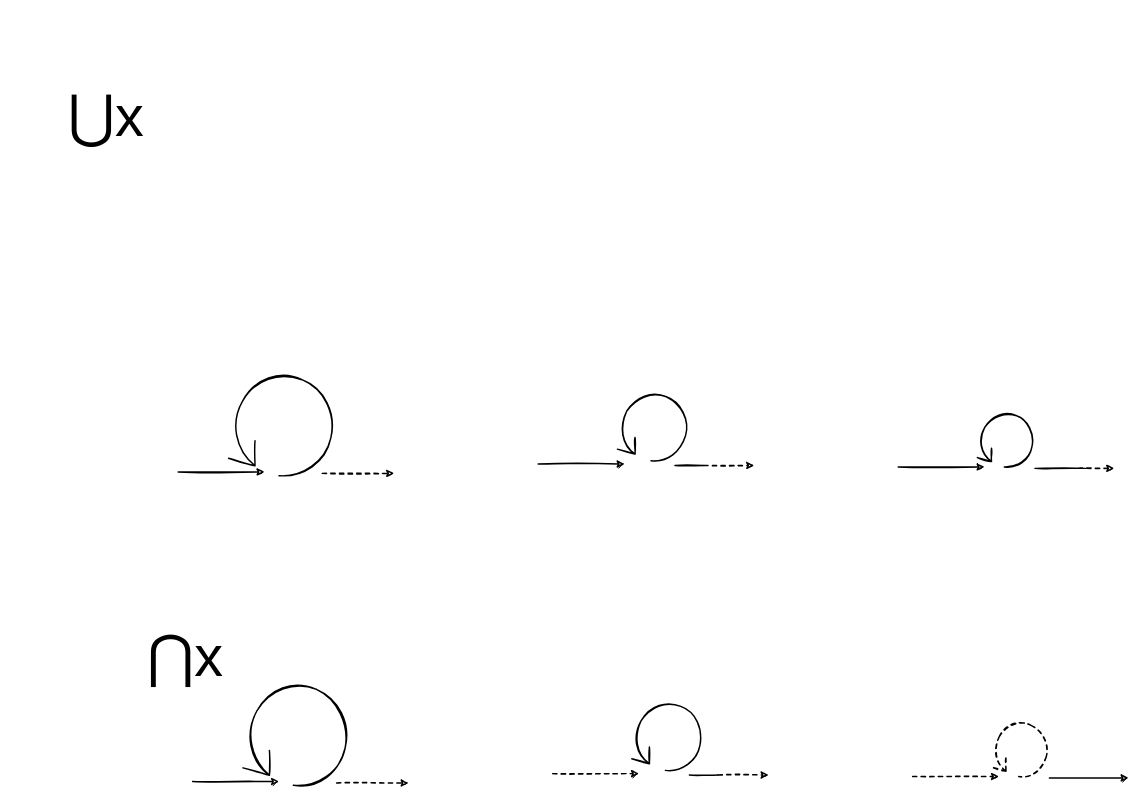
This is page "00" (1 of 11) of src/diagram.drawio from pegandoasmanhas/pam, a draw.io file, before an edit. Source tidied: cells renumbered, new cells numbered last; positions are measured from the earlier drawing's top-left corner, leaving out a move shared by most shapes. Both pictures are drawn from the tidied source at 72%, with x=0, y=0 at pixel (12, 77).
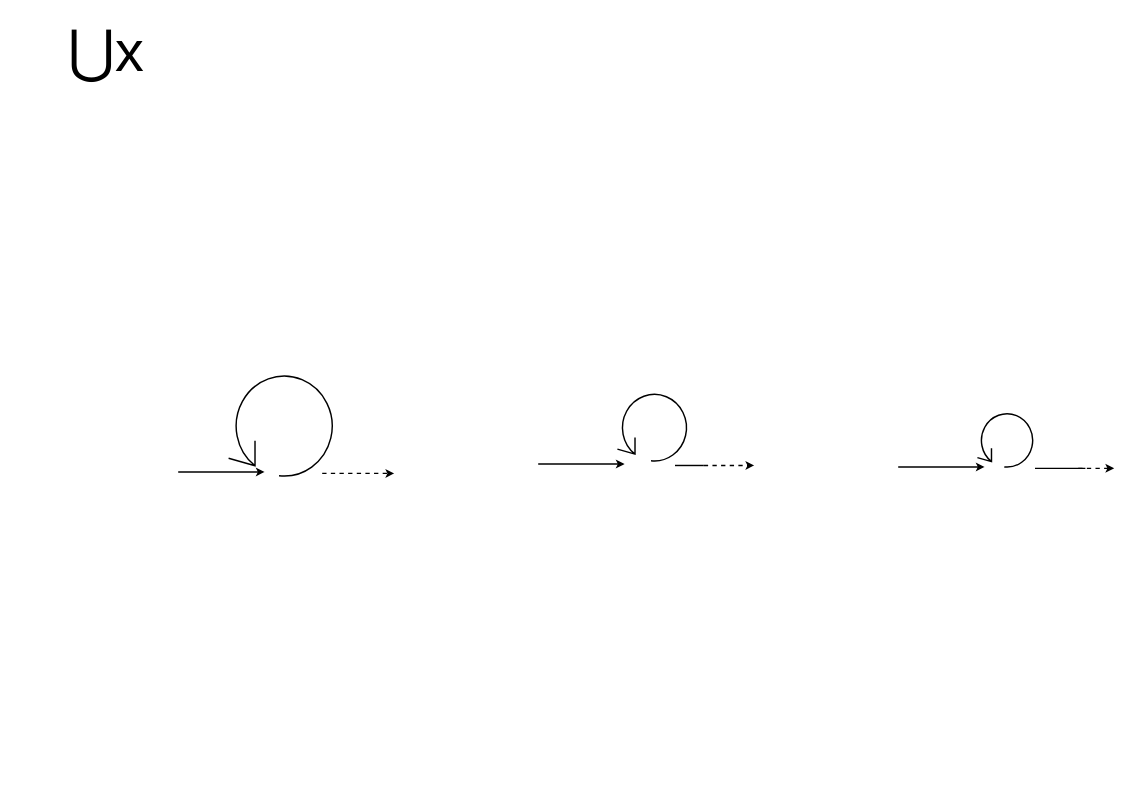
The same diagram, later.

The edit, as a diff of the source:
```diff
@@
-    <mxCell id="2" style="group;" parent="1" vertex="1">
+    <mxCell id="2" style="group;sketch=0;" parent="1" vertex="1">
       <mxGeometry x="230" y="400" width="300" height="150" as="geometry" />
     </mxCell>
-    <mxCell id="3" style="endArrow=classic;html=1;fontColor=#000000;strokeWidth=2;sketch=1;" parent="2" edge="1">
+    <mxCell id="3" style="endArrow=classic;html=1;fontColor=#000000;strokeWidth=2;sketch=0;" parent="2" edge="1">
       <mxGeometry y="11" as="geometry">
         <mxPoint y="148" as="sourcePoint" />
         <mxPoint x="120" y="148" as="targetPoint" />
       </mxGeometry>
     </mxCell>
-    <mxCell id="4" style="endArrow=classic;html=1;fontColor=#000000;strokeWidth=2;sketch=1;dashed=1;" parent="2" edge="1">
+    <mxCell id="4" style="endArrow=classic;html=1;fontColor=#000000;strokeWidth=2;sketch=0;dashed=1;" parent="2" edge="1">
       <mxGeometry y="15" as="geometry">
         <mxPoint x="200" y="150" as="sourcePoint" />
         <mxPoint x="300" y="150" as="targetPoint" />
       </mxGeometry>
     </mxCell>
-    <mxCell id="5" style="shape=mxgraph.bpmn.loop;html=1;fontColor=#000000;strokeWidth=2;fillColor=#00FFFF;rotation=0;sketch=1;shadow=0;" parent="2" vertex="1">
+    <mxCell id="5" style="shape=mxgraph.bpmn.loop;html=1;fontColor=#000000;strokeWidth=2;fillColor=#00FFFF;rotation=0;sketch=0;shadow=0;" parent="2" vertex="1">
       <mxGeometry x="70" y="7" width="150" height="150" as="geometry" />
     </mxCell>
-    <mxCell id="6" style="group;" parent="1" vertex="1">
-      <mxGeometry x="730" y="439" width="300" height="100" as="geometry" />
-    </mxCell>
-    <mxCell id="7" style="endArrow=classic;html=1;fontColor=#000000;strokeWidth=2;sketch=1;" parent="6" edge="1">
-      <mxGeometry y="-39" as="geometry">
-        <mxPoint y="98" as="sourcePoint" />
-        <mxPoint x="120" y="98" as="targetPoint" />
-      </mxGeometry>
-    </mxCell>
-    <mxCell id="8" style="endArrow=classic;html=1;fontColor=#000000;strokeWidth=2;sketch=1;dashed=1;" parent="6" edge="1">
-      <mxGeometry y="-35" as="geometry">
-        <mxPoint x="230" y="100" as="sourcePoint" />
-        <mxPoint x="300" y="100" as="targetPoint" />
-      </mxGeometry>
-    </mxCell>
-    <mxCell id="9" style="shape=mxgraph.bpmn.loop;html=1;fontColor=#000000;strokeWidth=2;fillColor=#00FFFF;rotation=0;sketch=1;shadow=0;" parent="6" vertex="1">
-      <mxGeometry x="110" y="-4" width="100" height="100" as="geometry" />
-    </mxCell>
-    <mxCell id="10" style="endArrow=none;html=1;fontColor=#000000;strokeWidth=2;sketch=1;endFill=0;" parent="6" edge="1">
-      <mxGeometry x="-10" y="-35" as="geometry">
-        <mxPoint x="190" y="100" as="sourcePoint" />
-        <mxPoint x="230" y="100" as="targetPoint" />
-      </mxGeometry>
-    </mxCell>
-    <mxCell id="11" style="group;" parent="1" vertex="1">
+    <mxCell id="11" style="group;sketch=0;" parent="1" vertex="1">
       <mxGeometry x="1230" y="463" width="300" height="80" as="geometry" />
     </mxCell>
-    <mxCell id="12" style="endArrow=classic;html=1;fontColor=#000000;strokeWidth=2;sketch=1;" parent="11" edge="1">
+    <mxCell id="12" style="endArrow=classic;html=1;fontColor=#000000;strokeWidth=2;sketch=0;" parent="11" edge="1">
       <mxGeometry y="-59" as="geometry">
         <mxPoint y="78" as="sourcePoint" />
         <mxPoint x="120" y="78" as="targetPoint" />
       </mxGeometry>
     </mxCell>
-    <mxCell id="13" style="endArrow=classic;html=1;fontColor=#000000;strokeWidth=2;sketch=1;dashed=1;" parent="11" edge="1">
+    <mxCell id="13" style="endArrow=classic;html=1;fontColor=#000000;strokeWidth=2;sketch=0;dashed=1;" parent="11" edge="1">
       <mxGeometry y="-55" as="geometry">
         <mxPoint x="250" y="80" as="sourcePoint" />
         <mxPoint x="300" y="80" as="targetPoint" />
       </mxGeometry>
     </mxCell>
-    <mxCell id="14" style="shape=mxgraph.bpmn.loop;html=1;fontColor=#000000;strokeWidth=2;fillColor=#00FFFF;rotation=0;sketch=1;shadow=0;" parent="11" vertex="1">
+    <mxCell id="14" style="shape=mxgraph.bpmn.loop;html=1;fontColor=#000000;strokeWidth=2;fillColor=#00FFFF;rotation=0;sketch=0;shadow=0;" parent="11" vertex="1">
       <mxGeometry x="110" width="80" height="80" as="geometry" />
     </mxCell>
-    <mxCell id="15" style="endArrow=none;html=1;fontColor=#000000;strokeWidth=2;sketch=1;endFill=0;" parent="11" edge="1">
+    <mxCell id="15" style="endArrow=none;html=1;fontColor=#000000;strokeWidth=2;sketch=0;endFill=0;" parent="11" edge="1">
       <mxGeometry x="-10" y="-55" as="geometry">
         <mxPoint x="190" y="80" as="sourcePoint" />
         <mxPoint x="260" y="80" as="targetPoint" />
       </mxGeometry>
     </mxCell>
     <mxCell id="16" value="⋃x" style="text;whiteSpace=wrap;html=1;fontSize=80;align=center;" parent="1" vertex="1">
-      <mxGeometry width="260" height="110" as="geometry" />
+      <mxGeometry y="-90" width="260" height="110" as="geometry" />
     </mxCell>
-    <mxCell id="17" value="⋂x" style="text;whiteSpace=wrap;html=1;fontSize=80;align=center;" parent="1" vertex="1">
-      <mxGeometry x="110" y="750" width="260" height="110" as="geometry" />
-    </mxCell>
-    <mxCell id="18" style="group;" parent="1" vertex="1">
-      <mxGeometry x="250" y="830" width="300" height="150" as="geometry" />
-    </mxCell>
-    <mxCell id="19" style="endArrow=classic;html=1;fontColor=#000000;strokeWidth=2;sketch=1;" parent="18" edge="1">
-      <mxGeometry y="11" as="geometry">
-        <mxPoint y="148" as="sourcePoint" />
-        <mxPoint x="120" y="148" as="targetPoint" />
-      </mxGeometry>
-    </mxCell>
-    <mxCell id="20" style="endArrow=classic;html=1;fontColor=#000000;strokeWidth=2;sketch=1;dashed=1;" parent="18" edge="1">
-      <mxGeometry y="15" as="geometry">
-        <mxPoint x="200" y="150" as="sourcePoint" />
-        <mxPoint x="300" y="150" as="targetPoint" />
-      </mxGeometry>
-    </mxCell>
-    <mxCell id="21" style="shape=mxgraph.bpmn.loop;html=1;fontColor=#000000;strokeWidth=2;fillColor=#00FFFF;rotation=0;sketch=1;shadow=0;" parent="18" vertex="1">
-      <mxGeometry x="70" y="7" width="150" height="150" as="geometry" />
-    </mxCell>
-    <mxCell id="22" style="endArrow=classic;html=1;fontColor=#000000;strokeWidth=2;sketch=1;dashed=1;" parent="1" edge="1">
-      <mxGeometry x="830" y="910" as="geometry">
-        <mxPoint x="750" y="967" as="sourcePoint" />
-        <mxPoint x="870" y="967" as="targetPoint" />
-      </mxGeometry>
-    </mxCell>
-    <mxCell id="23" style="endArrow=classic;html=1;fontColor=#000000;strokeWidth=2;sketch=1;dashed=1;" parent="1" edge="1">
-      <mxGeometry x="830" y="914" as="geometry">
-        <mxPoint x="980" y="969" as="sourcePoint" />
-        <mxPoint x="1050" y="969" as="targetPoint" />
-      </mxGeometry>
-    </mxCell>
-    <mxCell id="24" style="shape=mxgraph.bpmn.loop;html=1;fontColor=#000000;strokeWidth=2;fillColor=#00FFFF;rotation=0;sketch=1;shadow=0;" parent="1" vertex="1">
-      <mxGeometry x="860" y="865" width="100" height="100" as="geometry" />
-    </mxCell>
-    <mxCell id="25" style="endArrow=none;html=1;fontColor=#000000;strokeWidth=2;sketch=1;endFill=0;" parent="1" edge="1">
-      <mxGeometry x="820" y="914" as="geometry">
-        <mxPoint x="940" y="969" as="sourcePoint" />
-        <mxPoint x="980" y="969" as="targetPoint" />
-      </mxGeometry>
-    </mxCell>
-    <mxCell id="26" style="endArrow=classic;html=1;fontColor=#000000;strokeWidth=2;sketch=1;dashed=1;" parent="1" edge="1">
-      <mxGeometry x="1330" y="914" as="geometry">
-        <mxPoint x="1250" y="971" as="sourcePoint" />
-        <mxPoint x="1370" y="971" as="targetPoint" />
-      </mxGeometry>
-    </mxCell>
-    <mxCell id="27" style="endArrow=classic;html=1;fontColor=#000000;strokeWidth=2;sketch=1;" parent="1" edge="1">
-      <mxGeometry x="1330" y="918" as="geometry">
-        <mxPoint x="1440" y="973" as="sourcePoint" />
-        <mxPoint x="1550" y="973" as="targetPoint" />
-      </mxGeometry>
-    </mxCell>
-    <mxCell id="28" style="shape=mxgraph.bpmn.loop;html=1;fontColor=#000000;strokeWidth=2;fillColor=#00FFFF;rotation=0;sketch=1;shadow=0;dashed=1;" parent="1" vertex="1">
-      <mxGeometry x="1360" y="893" width="80" height="80" as="geometry" />
-    </mxCell>
+    <mxCell id="7" style="endArrow=classic;html=1;fontColor=#000000;strokeWidth=2;sketch=0;" parent="1" edge="1">
+      <mxGeometry x="810" y="570" as="geometry">
+        <mxPoint x="730" y="537" as="sourcePoint" />
+        <mxPoint x="850" y="537" as="targetPoint" />
+      </mxGeometry>
+    </mxCell>
+    <mxCell id="8" style="endArrow=classic;html=1;fontColor=#000000;strokeWidth=2;sketch=0;dashed=1;" parent="1" edge="1">
+      <mxGeometry x="810" y="574" as="geometry">
+        <mxPoint x="960" y="539" as="sourcePoint" />
+        <mxPoint x="1030" y="539" as="targetPoint" />
+      </mxGeometry>
+    </mxCell>
+    <mxCell id="9" style="shape=mxgraph.bpmn.loop;html=1;fontColor=#000000;strokeWidth=2;fillColor=#00FFFF;rotation=0;sketch=0;shadow=0;" parent="1" vertex="1">
+      <mxGeometry x="840" y="435" width="100" height="100" as="geometry" />
+    </mxCell>
+    <mxCell id="10" style="endArrow=none;html=1;fontColor=#000000;strokeWidth=2;sketch=0;endFill=0;" parent="1" edge="1">
+      <mxGeometry x="800" y="574" as="geometry">
+        <mxPoint x="920" y="539" as="sourcePoint" />
+        <mxPoint x="960" y="539" as="targetPoint" />
+      </mxGeometry>
+    </mxCell>
```
